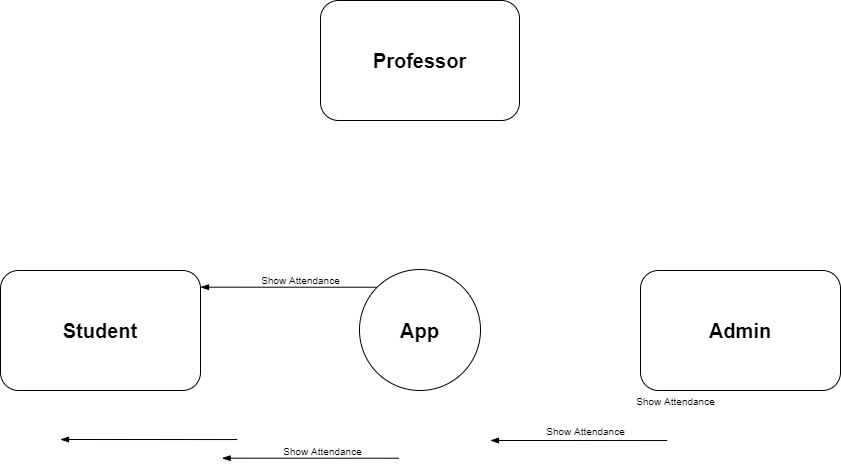
Epic-ERP/media keeps this draw.io diagram as miscellaneous/DFD_Level_0.png. Above is the earlier version. Source tidied: cells renumbered, new cells last; positions are measured from the earlier drawing's top-left corner, leaving out a move shared by most shapes.
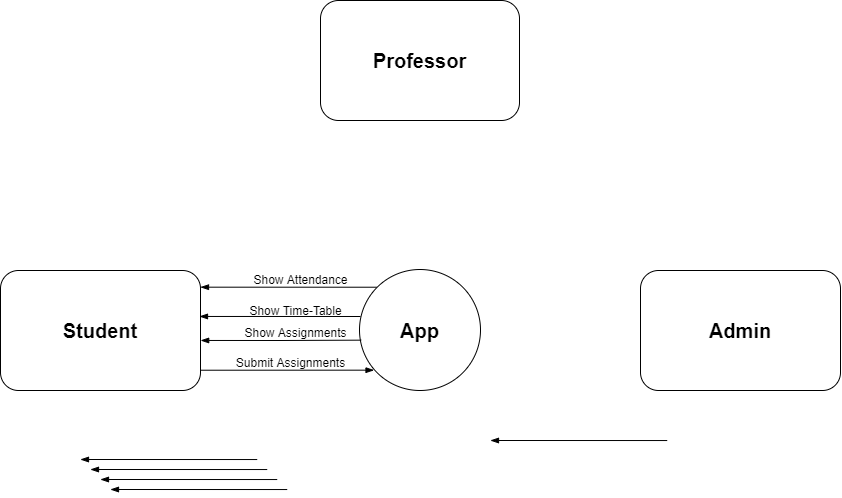
Above is the later version.

Change to the diagram source:
```diff
@@ -17,35 +17,58 @@
     <mxCell id="6" value="&lt;font style=&quot;font-size: 20px&quot;&gt;&lt;b&gt;App&lt;/b&gt;&lt;/font&gt;" style="ellipse;whiteSpace=wrap;html=1;" parent="1" vertex="1">
       <mxGeometry x="359" y="269" width="121" height="121" as="geometry" />
     </mxCell>
-    <mxCell id="7" value="&lt;font style=&quot;font-size: 10px&quot;&gt;Show Attendance&lt;/font&gt;" style="text;html=1;align=center;verticalAlign=middle;" parent="1" vertex="1">
-      <mxGeometry x="255" y="269" width="90" height="20" as="geometry" />
+    <mxCell id="7" value="&lt;font style=&quot;font-size: 12px&quot;&gt;Show Attendance&lt;/font&gt;" style="text;html=1;align=center;verticalAlign=middle;" parent="1" vertex="1">
+      <mxGeometry x="245" y="269" width="110" height="20" as="geometry" />
     </mxCell>
-    <mxCell id="8" style="edgeStyle=orthogonalEdgeStyle;rounded=0;orthogonalLoop=1;jettySize=auto;html=1;entryX=0;entryY=0;entryDx=0;entryDy=0;startArrow=blockThin;startFill=1;endArrow=none;endFill=0;exitX=1;exitY=0.139;exitDx=0;exitDy=0;exitPerimeter=0;" parent="1" edge="1">
-      <mxGeometry relative="1" as="geometry">
-        <mxPoint x="60" y="439" as="sourcePoint" />
-        <mxPoint x="236.7" y="439" as="targetPoint" />
-      </mxGeometry>
+    <mxCell id="8" style="edgeStyle=orthogonalEdgeStyle;rounded=0;jettySize=auto;html=1;startArrow=blockThin;startFill=1;endArrow=none;endFill=0;exitX=1.001;exitY=0.583;exitDx=0;exitDy=0;exitPerimeter=0;entryX=0.014;entryY=0.584;entryDx=0;entryDy=0;entryPerimeter=0;" parent="1" edge="1" source="3" target="6">
+      <mxGeometry relative="1" as="geometry" />
     </mxCell>
-    <mxCell id="9" value="&lt;font style=&quot;font-size: 10px&quot;&gt;Show Attendance&lt;/font&gt;" style="text;html=1;align=center;verticalAlign=middle;" parent="1" vertex="1">
-      <mxGeometry x="630" y="390" width="90" height="20" as="geometry" />
-    </mxCell>
     <mxCell id="10" style="edgeStyle=orthogonalEdgeStyle;rounded=0;orthogonalLoop=1;jettySize=auto;html=1;entryX=0;entryY=0;entryDx=0;entryDy=0;startArrow=blockThin;startFill=1;endArrow=none;endFill=0;exitX=1;exitY=0.139;exitDx=0;exitDy=0;exitPerimeter=0;" parent="1" edge="1">
       <mxGeometry relative="1" as="geometry">
         <mxPoint x="490" y="440" as="sourcePoint" />
         <mxPoint x="666.7" y="440" as="targetPoint" />
       </mxGeometry>
     </mxCell>
-    <mxCell id="11" value="&lt;font style=&quot;font-size: 10px&quot;&gt;Show Attendance&lt;/font&gt;" style="text;html=1;align=center;verticalAlign=middle;" parent="1" vertex="1">
-      <mxGeometry x="540" y="420" width="90" height="20" as="geometry" />
-    </mxCell>
-    <mxCell id="12" style="edgeStyle=orthogonalEdgeStyle;rounded=0;orthogonalLoop=1;jettySize=auto;html=1;entryX=0;entryY=0;entryDx=0;entryDy=0;startArrow=blockThin;startFill=1;endArrow=none;endFill=0;exitX=1;exitY=0.139;exitDx=0;exitDy=0;exitPerimeter=0;" parent="1" edge="1">
+    <mxCell id="12" style="edgeStyle=orthogonalEdgeStyle;rounded=0;jettySize=auto;html=1;startArrow=blockThin;startFill=1;endArrow=none;endFill=0;exitX=0.995;exitY=0.383;exitDx=0;exitDy=0;exitPerimeter=0;" parent="1" edge="1" source="3">
       <mxGeometry relative="1" as="geometry">
-        <mxPoint x="221.6" y="457.7" as="sourcePoint" />
-        <mxPoint x="398.4" y="457.7" as="targetPoint" />
+        <mxPoint x="360" y="316" as="targetPoint" />
       </mxGeometry>
     </mxCell>
-    <mxCell id="13" value="&lt;font style=&quot;font-size: 10px&quot;&gt;Show Attendance&lt;/font&gt;" style="text;html=1;align=center;verticalAlign=middle;" parent="1" vertex="1">
-      <mxGeometry x="276.6" y="440" width="90" height="20" as="geometry" />
-    </mxCell>
+    <mxCell id="14" value="&lt;font style=&quot;font-size: 12px&quot;&gt;Show Time-Table&lt;br&gt;&lt;/font&gt;" style="text;html=1;align=center;verticalAlign=middle;" parent="1" vertex="1">
+      <mxGeometry x="240" y="300" width="110" height="20" as="geometry" />
+    </mxCell>
+    <mxCell id="15" style="edgeStyle=orthogonalEdgeStyle;rounded=0;jettySize=auto;html=1;startArrow=none;startFill=0;endArrow=blockThin;endFill=1;entryX=0.12;entryY=0.832;entryDx=0;entryDy=0;entryPerimeter=0;exitX=0.999;exitY=0.831;exitDx=0;exitDy=0;exitPerimeter=0;" parent="1" edge="1" source="3" target="6">
+      <mxGeometry relative="1" as="geometry" />
+    </mxCell>
+    <mxCell id="16" style="edgeStyle=orthogonalEdgeStyle;rounded=0;orthogonalLoop=1;jettySize=auto;html=1;entryX=0;entryY=0;entryDx=0;entryDy=0;startArrow=blockThin;startFill=1;endArrow=none;endFill=0;exitX=1;exitY=0.139;exitDx=0;exitDy=0;exitPerimeter=0;" parent="1" edge="1">
+      <mxGeometry relative="1" as="geometry">
+        <mxPoint x="80" y="459" as="sourcePoint" />
+        <mxPoint x="256.7" y="459" as="targetPoint" />
+      </mxGeometry>
+    </mxCell>
+    <mxCell id="17" style="edgeStyle=orthogonalEdgeStyle;rounded=0;orthogonalLoop=1;jettySize=auto;html=1;entryX=0;entryY=0;entryDx=0;entryDy=0;startArrow=blockThin;startFill=1;endArrow=none;endFill=0;exitX=1;exitY=0.139;exitDx=0;exitDy=0;exitPerimeter=0;" parent="1" edge="1">
+      <mxGeometry relative="1" as="geometry">
+        <mxPoint x="90" y="469" as="sourcePoint" />
+        <mxPoint x="266.7" y="469" as="targetPoint" />
+      </mxGeometry>
+    </mxCell>
+    <mxCell id="18" style="edgeStyle=orthogonalEdgeStyle;rounded=0;orthogonalLoop=1;jettySize=auto;html=1;entryX=0;entryY=0;entryDx=0;entryDy=0;startArrow=blockThin;startFill=1;endArrow=none;endFill=0;exitX=1;exitY=0.139;exitDx=0;exitDy=0;exitPerimeter=0;" parent="1" edge="1">
+      <mxGeometry relative="1" as="geometry">
+        <mxPoint x="100" y="479" as="sourcePoint" />
+        <mxPoint x="276.7" y="479" as="targetPoint" />
+      </mxGeometry>
+    </mxCell>
+    <mxCell id="19" style="edgeStyle=orthogonalEdgeStyle;rounded=0;orthogonalLoop=1;jettySize=auto;html=1;entryX=0;entryY=0;entryDx=0;entryDy=0;startArrow=blockThin;startFill=1;endArrow=none;endFill=0;exitX=1;exitY=0.139;exitDx=0;exitDy=0;exitPerimeter=0;" parent="1" edge="1">
+      <mxGeometry relative="1" as="geometry">
+        <mxPoint x="110" y="489" as="sourcePoint" />
+        <mxPoint x="286.7" y="489" as="targetPoint" />
+      </mxGeometry>
+    </mxCell>
+    <mxCell id="20" value="&lt;font style=&quot;font-size: 12px&quot;&gt;Show Assignments&lt;br&gt;&lt;/font&gt;" style="text;html=1;align=center;verticalAlign=middle;spacingLeft=0;spacingBottom=-3;" parent="1" vertex="1">
+      <mxGeometry x="235" y="320" width="120" height="20" as="geometry" />
+    </mxCell>
+    <mxCell id="21" value="&lt;font style=&quot;font-size: 12px&quot;&gt;Submit Assignments&lt;br&gt;&lt;/font&gt;" style="text;html=1;align=center;verticalAlign=middle;spacingLeft=0;spacingBottom=-3;" parent="1" vertex="1">
+      <mxGeometry x="230" y="350" width="120" height="20" as="geometry" />
+    </mxCell>
   </root>
 </mxGraphModel>
```
